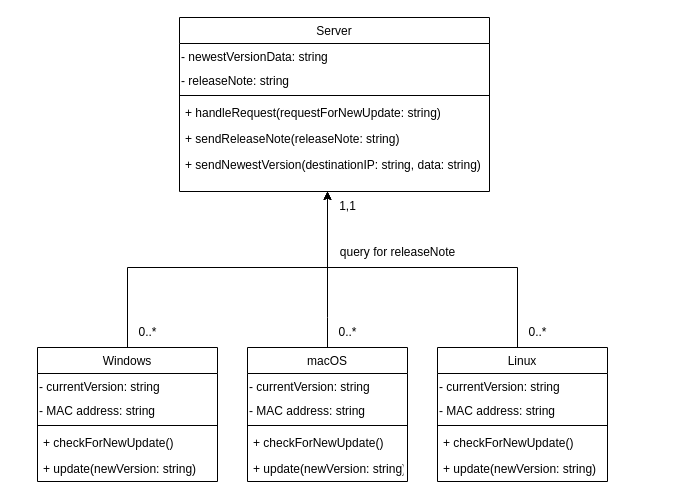
CatHuyuH24/CatHuyuH24 keeps this draw.io diagram as OOP_TH_W2.drawio. Above is the earlier version. Source tidied: cells renumbered, new cells numbered last; positions are measured from the earlier drawing's top-left corner, leaving out a move shared by most shapes. Both pictures are drawn from the tidied source at 100%, with x=0, y=0 at pixel (37, -132).
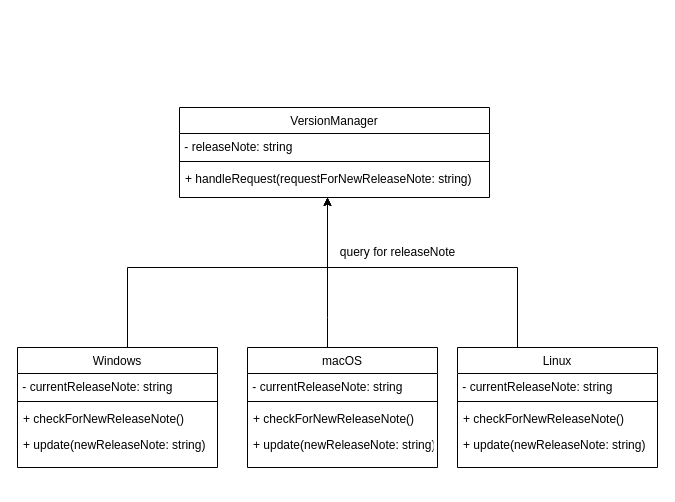
The same diagram, later.

Diff of the diagram source:
```diff
@@
-    <mxCell id="2" value="Server" style="swimlane;fontStyle=0;align=center;verticalAlign=top;horizontal=1;startSize=26;rounded=0;shadow=0;strokeWidth=1;" parent="1" vertex="1">
-      <mxGeometry x="142" y="149" width="310" height="174" as="geometry" />
+    <mxCell id="2" value="VersionManager" style="swimlane;fontStyle=0;align=center;verticalAlign=top;horizontal=1;startSize=26;rounded=0;shadow=0;strokeWidth=1;" parent="1" vertex="1">
+      <mxGeometry x="142" y="239" width="310" height="90" as="geometry" />
     </mxCell>
-    <mxCell id="3" value="- newestVersionData: string" style="text;whiteSpace=wrap;html=1;" parent="2" vertex="1">
-      <mxGeometry y="26" width="310" height="24" as="geometry" />
-    </mxCell>
-    <mxCell id="4" value="- releaseNote: string" style="text;whiteSpace=wrap;html=1;" parent="2" vertex="1">
-      <mxGeometry y="50" width="310" height="24" as="geometry" />
+    <mxCell id="4" value="&amp;nbsp;- releaseNote: string" style="text;whiteSpace=wrap;html=1;" parent="2" vertex="1">
+      <mxGeometry y="26" width="310" height="24" as="geometry" />
     </mxCell>
     <mxCell id="5" style="line;html=1;strokeWidth=1;align=left;verticalAlign=middle;spacingTop=-1;spacingLeft=3;spacingRight=3;labelPosition=right;" parent="2" vertex="1">
-      <mxGeometry y="74" width="310" height="8" as="geometry" />
+      <mxGeometry y="50" width="310" height="8" as="geometry" />
     </mxCell>
-    <mxCell id="6" value="+ handleRequest(requestForNewUpdate: string)" style="text;align=left;verticalAlign=top;spacingLeft=4;spacingRight=4;overflow=hidden;" parent="2" vertex="1">
-      <mxGeometry y="82" width="310" height="26" as="geometry" />
+    <mxCell id="6" value="+ handleRequest(requestForNewReleaseNote: string)" style="text;align=left;verticalAlign=top;spacingLeft=4;spacingRight=4;overflow=hidden;" parent="2" vertex="1">
+      <mxGeometry y="58" width="310" height="26" as="geometry" />
     </mxCell>
-    <mxCell id="7" value="+ sendReleaseNote(releaseNote: string)" style="text;align=left;verticalAlign=top;spacingLeft=4;spacingRight=4;overflow=hidden;" parent="2" vertex="1">
-      <mxGeometry y="108" width="310" height="26" as="geometry" />
-    </mxCell>
-    <mxCell id="8" value="+ sendNewestVersion(destinationIP: string, data: string)" style="text;align=left;verticalAlign=top;spacingLeft=4;spacingRight=4;overflow=hidden;" parent="2" vertex="1">
-      <mxGeometry y="134" width="310" height="26" as="geometry" />
-    </mxCell>
-    <mxCell id="9" value="1,1" style="text;html=1;align=center;verticalAlign=middle;strokeColor=none;fillColor=none;" parent="1" vertex="1">
-      <mxGeometry x="290" y="323" width="40" height="30" as="geometry" />
-    </mxCell>
@@
     <mxCell id="12" value="Windows" style="swimlane;fontStyle=0;align=center;verticalAlign=top;horizontal=1;startSize=26;rounded=0;shadow=0;strokeWidth=1;" parent="1" vertex="1">
-      <mxGeometry y="479" width="180" height="134" as="geometry" />
+      <mxGeometry x="-20" y="479" width="200" height="120" as="geometry" />
     </mxCell>
-    <mxCell id="13" value="- currentVersion: string" style="text;whiteSpace=wrap;html=1;" parent="12" vertex="1">
-      <mxGeometry y="26" width="180" height="24" as="geometry" />
+    <mxCell id="13" value="&amp;nbsp;- currentReleaseNote: string" style="text;whiteSpace=wrap;html=1;" parent="12" vertex="1">
+      <mxGeometry y="26" width="200" height="24" as="geometry" />
     </mxCell>
-    <mxCell id="14" value="- MAC address: string" style="text;whiteSpace=wrap;html=1;" parent="12" vertex="1">
-      <mxGeometry y="50" width="180" height="24" as="geometry" />
-    </mxCell>
     <mxCell id="15" style="line;html=1;strokeWidth=1;align=left;verticalAlign=middle;spacingTop=-1;spacingLeft=3;spacingRight=3;labelPosition=right;" parent="12" vertex="1">
-      <mxGeometry y="74" width="180" height="8" as="geometry" />
+      <mxGeometry y="50" width="200" height="8" as="geometry" />
     </mxCell>
-    <mxCell id="16" value="+ checkForNewUpdate()" style="text;align=left;verticalAlign=top;spacingLeft=4;spacingRight=4;overflow=hidden;" parent="12" vertex="1">
-      <mxGeometry y="82" width="180" height="26" as="geometry" />
+    <mxCell id="16" value="+ checkForNewReleaseNote()" style="text;align=left;verticalAlign=top;spacingLeft=4;spacingRight=4;overflow=hidden;" parent="12" vertex="1">
+      <mxGeometry y="58" width="200" height="26" as="geometry" />
     </mxCell>
-    <mxCell id="17" value="+ update(newVersion: string)" style="text;align=left;verticalAlign=top;spacingLeft=4;spacingRight=4;overflow=hidden;" parent="12" vertex="1">
-      <mxGeometry y="108" width="180" height="26" as="geometry" />
+    <mxCell id="17" value="+ update(newReleaseNote: string)" style="text;align=left;verticalAlign=top;spacingLeft=4;spacingRight=4;overflow=hidden;" parent="12" vertex="1">
+      <mxGeometry y="84" width="200" height="26" as="geometry" />
     </mxCell>
@@
     <mxCell id="19" value="macOS" style="swimlane;fontStyle=0;align=center;verticalAlign=top;horizontal=1;startSize=26;rounded=0;shadow=0;strokeWidth=1;" parent="1" vertex="1">
-      <mxGeometry x="210" y="479" width="160" height="134" as="geometry" />
+      <mxGeometry x="210" y="479" width="190" height="120" as="geometry" />
     </mxCell>
-    <mxCell id="20" value="- currentVersion: string" style="text;whiteSpace=wrap;html=1;" parent="19" vertex="1">
-      <mxGeometry y="26" width="160" height="24" as="geometry" />
+    <mxCell id="20" value="&amp;nbsp;- currentReleaseNote: string" style="text;whiteSpace=wrap;html=1;" parent="19" vertex="1">
+      <mxGeometry y="26" width="190" height="24" as="geometry" />
     </mxCell>
-    <mxCell id="21" value="- MAC address: string" style="text;whiteSpace=wrap;html=1;" parent="19" vertex="1">
-      <mxGeometry y="50" width="160" height="24" as="geometry" />
-    </mxCell>
     <mxCell id="22" style="line;html=1;strokeWidth=1;align=left;verticalAlign=middle;spacingTop=-1;spacingLeft=3;spacingRight=3;labelPosition=right;" parent="19" vertex="1">
-      <mxGeometry y="74" width="160" height="8" as="geometry" />
+      <mxGeometry y="50" width="190" height="8" as="geometry" />
     </mxCell>
-    <mxCell id="23" value="+ checkForNewUpdate()" style="text;align=left;verticalAlign=top;spacingLeft=4;spacingRight=4;overflow=hidden;" parent="19" vertex="1">
-      <mxGeometry y="82" width="160" height="26" as="geometry" />
+    <mxCell id="23" value="+ checkForNewReleaseNote()" style="text;align=left;verticalAlign=top;spacingLeft=4;spacingRight=4;overflow=hidden;" parent="19" vertex="1">
+      <mxGeometry y="58" width="190" height="26" as="geometry" />
     </mxCell>
-    <mxCell id="24" value="+ update(newVersion: string)" style="text;align=left;verticalAlign=top;spacingLeft=4;spacingRight=4;overflow=hidden;" parent="19" vertex="1">
-      <mxGeometry y="108" width="160" height="26" as="geometry" />
+    <mxCell id="24" value="+ update(newReleaseNote: string)" style="text;align=left;verticalAlign=top;spacingLeft=4;spacingRight=4;overflow=hidden;" parent="19" vertex="1">
+      <mxGeometry y="84" width="190" height="26" as="geometry" />
     </mxCell>
@@
     <mxCell id="26" value="Linux" style="swimlane;fontStyle=0;align=center;verticalAlign=top;horizontal=1;startSize=26;rounded=0;shadow=0;strokeWidth=1;" parent="1" vertex="1">
-      <mxGeometry x="400" y="479" width="170" height="134" as="geometry" />
+      <mxGeometry x="420" y="479" width="200" height="120" as="geometry" />
     </mxCell>
-    <mxCell id="27" value="- currentVersion: string" style="text;whiteSpace=wrap;html=1;" parent="26" vertex="1">
-      <mxGeometry y="26" width="170" height="24" as="geometry" />
+    <mxCell id="27" value="&amp;nbsp;- currentReleaseNote: string" style="text;whiteSpace=wrap;html=1;" parent="26" vertex="1">
+      <mxGeometry y="26" width="200" height="24" as="geometry" />
     </mxCell>
-    <mxCell id="28" value="- MAC address: string" style="text;whiteSpace=wrap;html=1;" parent="26" vertex="1">
-      <mxGeometry y="50" width="170" height="24" as="geometry" />
-    </mxCell>
     <mxCell id="29" style="line;html=1;strokeWidth=1;align=left;verticalAlign=middle;spacingTop=-1;spacingLeft=3;spacingRight=3;labelPosition=right;" parent="26" vertex="1">
-      <mxGeometry y="74" width="170" height="8" as="geometry" />
+      <mxGeometry y="50" width="200" height="8" as="geometry" />
     </mxCell>
-    <mxCell id="30" value="+ checkForNewUpdate()" style="text;align=left;verticalAlign=top;spacingLeft=4;spacingRight=4;overflow=hidden;" parent="26" vertex="1">
-      <mxGeometry y="82" width="170" height="26" as="geometry" />
+    <mxCell id="30" value="+ checkForNewReleaseNote()" style="text;align=left;verticalAlign=top;spacingLeft=4;spacingRight=4;overflow=hidden;" parent="26" vertex="1">
+      <mxGeometry y="58" width="200" height="26" as="geometry" />
     </mxCell>
-    <mxCell id="31" value="+ update(newVersion: string)" style="text;align=left;verticalAlign=top;spacingLeft=4;spacingRight=4;overflow=hidden;" parent="26" vertex="1">
-      <mxGeometry y="108" width="170" height="26" as="geometry" />
+    <mxCell id="31" value="+ update(newReleaseNote: string)" style="text;align=left;verticalAlign=top;spacingLeft=4;spacingRight=4;overflow=hidden;" parent="26" vertex="1">
+      <mxGeometry y="84" width="200" height="30" as="geometry" />
     </mxCell>
@@
-    <mxCell id="33" value="0..*" style="text;html=1;align=center;verticalAlign=middle;strokeColor=none;fillColor=none;" parent="1" vertex="1">
-      <mxGeometry x="290" y="449" width="40" height="30" as="geometry" />
-    </mxCell>
-    <mxCell id="34" value="0..*" style="text;html=1;align=center;verticalAlign=middle;strokeColor=none;fillColor=none;" parent="1" vertex="1">
-      <mxGeometry x="90" y="449" width="40" height="30" as="geometry" />
-    </mxCell>
-    <mxCell id="35" value="0..*" style="text;html=1;align=center;verticalAlign=middle;strokeColor=none;fillColor=none;" parent="1" vertex="1">
-      <mxGeometry x="480" y="449" width="40" height="30" as="geometry" />
-    </mxCell>
```
